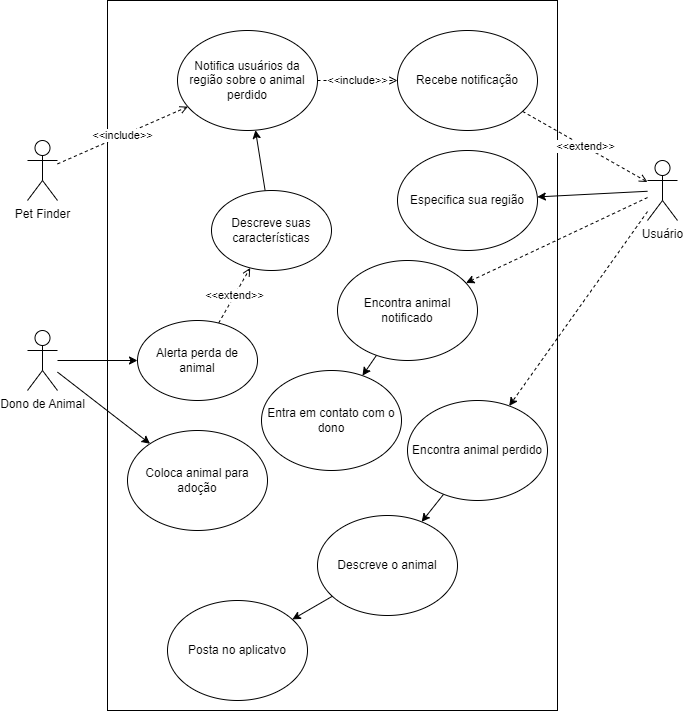
This is Animal finder.drawio.png from Enrico258/Projeto-de-Software, a draw.io export, as it was before one commit. Source tidied: cells renumbered, new cells last; positions are measured from the earlier drawing's top-left corner, leaving out a move shared by most shapes.
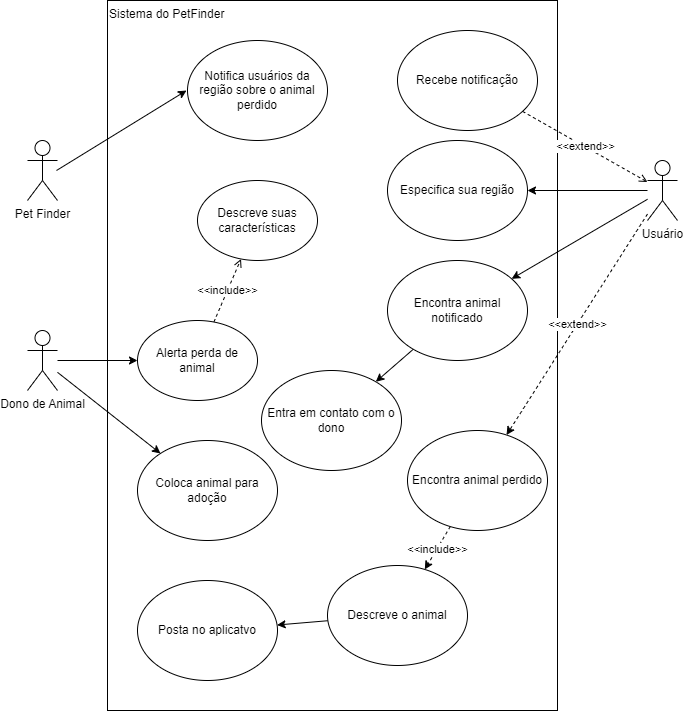
The same file after the commit.

Diff of the diagram source:
```diff
@@ -2,19 +2,22 @@
   <root>
     <mxCell id="0" />
     <mxCell id="1" parent="0" />
-    <mxCell id="2" style="rounded=0;whiteSpace=wrap;html=1;" parent="1" vertex="1">
+    <mxCell id="2" value="Sistema do PetFinder" style="rounded=0;whiteSpace=wrap;html=1;align=left;verticalAlign=top;" parent="1" vertex="1">
       <mxGeometry x="80" width="450" height="710" as="geometry" />
     </mxCell>
-    <mxCell id="3" value="&amp;lt;&amp;lt;include&amp;gt;&amp;gt;" style="rounded=0;jettySize=auto;html=1;dashed=1;endArrow=open;endFill=0;" parent="1" edge="1" source="4" target="12">
-      <mxGeometry relative="1" as="geometry" />
-    </mxCell>
+    <mxCell id="30" style="rounded=0;orthogonalLoop=1;jettySize=auto;html=1;" parent="1" edge="1">
+      <mxGeometry relative="1" as="geometry">
+        <mxPoint x="29" y="170" as="sourcePoint" />
+        <mxPoint x="159" y="90" as="targetPoint" />
+      </mxGeometry>
+    </mxCell>
     <mxCell id="4" value="Pet Finder" style="shape=umlActor;verticalLabelPosition=bottom;verticalAlign=top;html=1;outlineConnect=0;" parent="1" vertex="1">
       <mxGeometry y="140" width="30" height="60" as="geometry" />
     </mxCell>
     <mxCell id="5" style="rounded=0;jettySize=auto;html=1;" parent="1" edge="1" source="7" target="17">
       <mxGeometry relative="1" as="geometry" />
     </mxCell>
-    <mxCell id="6" style="rounded=0;jettySize=auto;html=1;dashed=1;" parent="1" edge="1" source="7" target="21">
+    <mxCell id="6" style="rounded=0;jettySize=auto;html=1;" parent="1" edge="1" source="7" target="21">
       <mxGeometry relative="1" as="geometry" />
     </mxCell>
     <mxCell id="7" value="Usuário" style="shape=umlActor;verticalLabelPosition=bottom;verticalAlign=top;html=1;outlineConnect=0;" parent="1" vertex="1">
@@ -29,26 +32,20 @@
     <mxCell id="10" value="Dono de Animal" style="shape=umlActor;verticalLabelPosition=bottom;verticalAlign=top;html=1;outlineConnect=0;" parent="1" vertex="1">
       <mxGeometry y="330" width="30" height="60" as="geometry" />
     </mxCell>
-    <mxCell id="11" value="&amp;lt;&amp;lt;include&amp;gt;&amp;gt;" style="rounded=0;jettySize=auto;html=1;dashed=1;endArrow=open;endFill=0;" parent="1" edge="1" source="12" target="19">
-      <mxGeometry relative="1" as="geometry" />
-    </mxCell>
     <mxCell id="12" value="Notifica usuários da região sobre o animal perdido" style="ellipse;whiteSpace=wrap;html=1;" parent="1" vertex="1">
-      <mxGeometry x="150" y="30" width="140" height="100" as="geometry" />
+      <mxGeometry x="160" y="40" width="140" height="100" as="geometry" />
     </mxCell>
-    <mxCell id="13" value="&amp;lt;&amp;lt;extend&amp;gt;&amp;gt;" style="rounded=0;jettySize=auto;html=1;dashed=1;endArrow=open;endFill=0;" parent="1" edge="1" source="14" target="16">
+    <mxCell id="13" value="&amp;lt;&amp;lt;include&amp;gt;&amp;gt;" style="rounded=0;jettySize=auto;html=1;dashed=1;endArrow=open;endFill=0;" parent="1" edge="1" source="14" target="16">
       <mxGeometry relative="1" as="geometry" />
     </mxCell>
     <mxCell id="14" value="Alerta perda de animal" style="ellipse;whiteSpace=wrap;html=1;" parent="1" vertex="1">
       <mxGeometry x="110" y="320" width="120" height="80" as="geometry" />
     </mxCell>
-    <mxCell id="15" style="rounded=0;jettySize=auto;html=1;" parent="1" edge="1" source="16" target="12">
-      <mxGeometry relative="1" as="geometry" />
-    </mxCell>
     <mxCell id="16" value="Descreve suas características" style="ellipse;whiteSpace=wrap;html=1;" parent="1" vertex="1">
-      <mxGeometry x="184" y="190" width="120" height="80" as="geometry" />
+      <mxGeometry x="170" y="180" width="120" height="80" as="geometry" />
     </mxCell>
     <mxCell id="17" value="Especifica sua região" style="ellipse;whiteSpace=wrap;html=1;" parent="1" vertex="1">
-      <mxGeometry x="370" y="150" width="140" height="100" as="geometry" />
+      <mxGeometry x="360" y="140" width="140" height="100" as="geometry" />
     </mxCell>
     <mxCell id="18" value="&amp;lt;&amp;lt;extend&amp;gt;&amp;gt;" style="rounded=0;jettySize=auto;html=1;dashed=1;endArrow=open;endFill=0;" parent="1" edge="1" source="19" target="7">
       <mxGeometry relative="1" as="geometry" />
@@ -60,31 +57,34 @@
       <mxGeometry relative="1" as="geometry" />
     </mxCell>
     <mxCell id="21" value="Encontra animal notificado" style="ellipse;whiteSpace=wrap;html=1;" parent="1" vertex="1">
-      <mxGeometry x="310" y="260" width="140" height="100" as="geometry" />
+      <mxGeometry x="360" y="260" width="140" height="100" as="geometry" />
     </mxCell>
     <mxCell id="22" value="Coloca animal para adoção" style="ellipse;whiteSpace=wrap;html=1;" parent="1" vertex="1">
-      <mxGeometry x="100" y="430" width="140" height="100" as="geometry" />
+      <mxGeometry x="110" y="440" width="140" height="100" as="geometry" />
     </mxCell>
-    <mxCell id="23" style="rounded=0;jettySize=auto;html=1;" parent="1" edge="1" source="24" target="29">
+    <mxCell id="23" style="rounded=0;jettySize=auto;html=1;dashed=1;" parent="1" edge="1" source="24" target="29">
       <mxGeometry relative="1" as="geometry" />
     </mxCell>
+    <mxCell id="31" value="&amp;lt;&amp;lt;include&amp;gt;&amp;gt;" style="edgeLabel;html=1;align=center;verticalAlign=middle;" parent="23" vertex="1">
+      <mxGeometry x="0.04" relative="1" as="geometry" />
+    </mxCell>
     <mxCell id="24" value="Encontra animal perdido" style="ellipse;whiteSpace=wrap;html=1;" parent="1" vertex="1">
-      <mxGeometry x="380" y="400" width="140" height="100" as="geometry" />
+      <mxGeometry x="380" y="430" width="140" height="100" as="geometry" />
     </mxCell>
-    <mxCell id="25" style="rounded=0;jettySize=auto;html=1;dashed=1;" parent="1" edge="1" source="7" target="24">
+    <mxCell id="25" value="&amp;lt;&amp;lt;extend&amp;gt;&amp;gt;" style="rounded=0;jettySize=auto;html=1;dashed=1;" parent="1" edge="1" source="7" target="24">
       <mxGeometry relative="1" as="geometry" />
     </mxCell>
     <mxCell id="26" value="Entra em contato com o dono" style="ellipse;whiteSpace=wrap;html=1;" parent="1" vertex="1">
       <mxGeometry x="234" y="370" width="140" height="100" as="geometry" />
     </mxCell>
     <mxCell id="27" value="Posta no aplicatvo" style="ellipse;whiteSpace=wrap;html=1;" parent="1" vertex="1">
-      <mxGeometry x="140" y="600" width="140" height="100" as="geometry" />
+      <mxGeometry x="110" y="580" width="140" height="100" as="geometry" />
     </mxCell>
     <mxCell id="28" style="rounded=0;jettySize=auto;html=1;" parent="1" edge="1" source="29" target="27">
       <mxGeometry relative="1" as="geometry" />
     </mxCell>
     <mxCell id="29" value="Descreve o animal" style="ellipse;whiteSpace=wrap;html=1;" parent="1" vertex="1">
-      <mxGeometry x="290" y="515" width="140" height="100" as="geometry" />
+      <mxGeometry x="300" y="565" width="140" height="100" as="geometry" />
     </mxCell>
   </root>
 </mxGraphModel>
```
